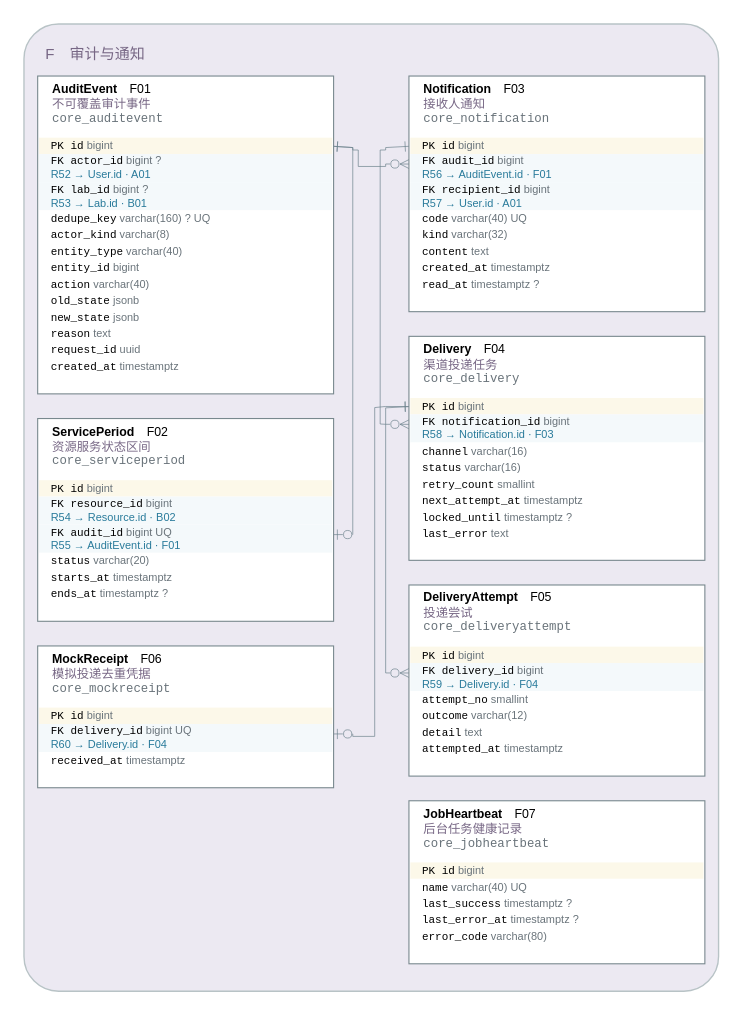
yvming67-gif/campus-lab-equipment-manager keeps this draw.io diagram as models/图形源文件/图D-7-审计与通知ERD.drawio. Above is the earlier version. Source tidied: cells renumbered, new cells numbered last; positions are measured from the earlier drawing's top-left corner, leaving out a move shared by most shapes. Both pictures are drawn from the tidied source at 137%, with x=0, y=0 at pixel (23, 23).
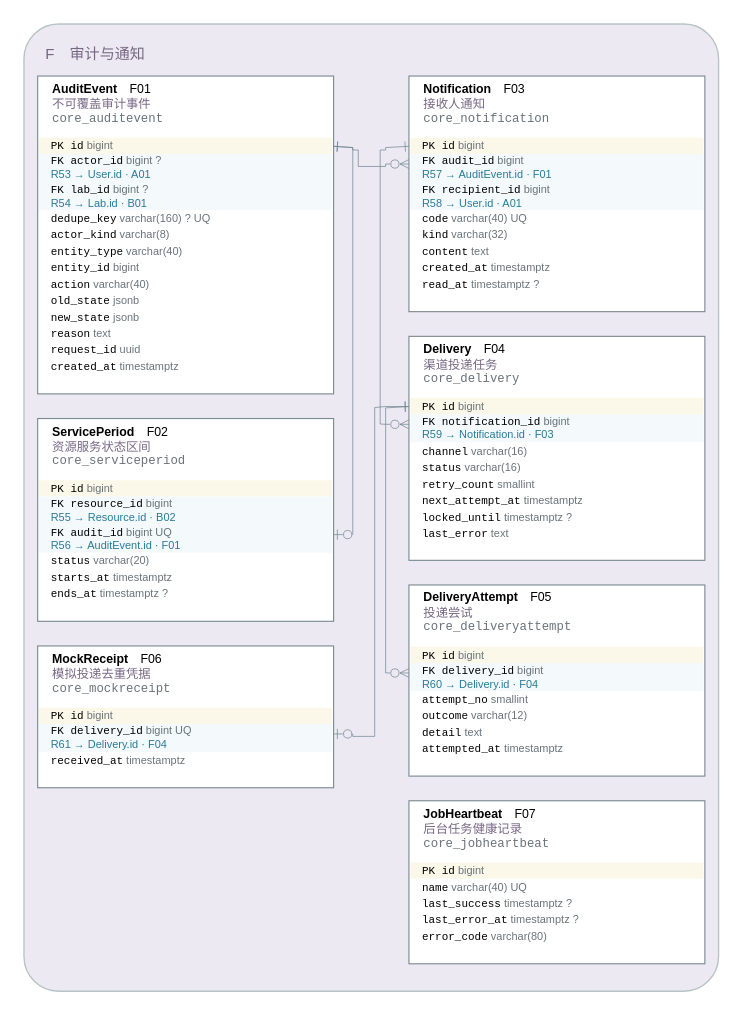
The same page after the edit.

The change refers to these unchanged cells:
```xml
<mxCell id="6" style="rounded=0;fillColor=#ffffff;strokeColor=#78888e;strokeWidth=0.8;" parent="3" vertex="1">
  <mxGeometry x="10" y="38" width="216" height="232" as="geometry" />
</mxCell>
<mxCell id="8" value="&lt;font face='Consolas'&gt;PK id&lt;/font&gt; &lt;font color='#69737a'&gt;bigint&lt;/font&gt;" style="text;html=1;whiteSpace=wrap;fillColor=#fcf8e9;strokeColor=none;align=left;verticalAlign=middle;spacingLeft=7;fontSize=8;fontFamily=Microsoft YaHei;" parent="6" vertex="1">
  <mxGeometry x="1" y="45" width="214" height="12" as="geometry" />
</mxCell>
<mxCell id="21" style="rounded=0;fillColor=#ffffff;strokeColor=#78888e;strokeWidth=0.8;" parent="3" vertex="1">
  <mxGeometry x="10" y="288" width="216" height="148" as="geometry" />
</mxCell>
<mxCell id="29" style="rounded=0;fillColor=#ffffff;strokeColor=#78888e;strokeWidth=0.8;" parent="3" vertex="1">
  <mxGeometry x="10" y="454" width="216" height="103.5" as="geometry" />
</mxCell>
<mxCell id="34" style="rounded=0;fillColor=#ffffff;strokeColor=#78888e;strokeWidth=0.8;" parent="3" vertex="1">
  <mxGeometry x="281" y="38" width="216" height="172" as="geometry" />
</mxCell>
<mxCell id="36" value="&lt;font face='Consolas'&gt;PK id&lt;/font&gt; &lt;font color='#69737a'&gt;bigint&lt;/font&gt;" style="text;html=1;whiteSpace=wrap;fillColor=#fcf8e9;strokeColor=none;align=left;verticalAlign=middle;spacingLeft=7;fontSize=8;fontFamily=Microsoft YaHei;" parent="34" vertex="1">
  <mxGeometry x="1" y="45" width="214" height="12" as="geometry" />
</mxCell>
<mxCell id="44" style="rounded=0;fillColor=#ffffff;strokeColor=#78888e;strokeWidth=0.8;" parent="3" vertex="1">
  <mxGeometry x="281" y="228" width="216" height="163.5" as="geometry" />
</mxCell>
<mxCell id="46" value="&lt;font face='Consolas'&gt;PK id&lt;/font&gt; &lt;font color='#69737a'&gt;bigint&lt;/font&gt;" style="text;html=1;whiteSpace=wrap;fillColor=#fcf8e9;strokeColor=none;align=left;verticalAlign=middle;spacingLeft=7;fontSize=8;fontFamily=Microsoft YaHei;" parent="44" vertex="1">
  <mxGeometry x="1" y="45" width="214" height="12" as="geometry" />
</mxCell>
<mxCell id="54" style="rounded=0;fillColor=#ffffff;strokeColor=#78888e;strokeWidth=0.8;" parent="3" vertex="1">
  <mxGeometry x="281" y="409.5" width="216" height="139.5" as="geometry" />
</mxCell>
```

Diff of the diagram source:
```diff
@@
-    <mxCell id="9" value="&lt;font face='Consolas'&gt;FK actor_id&lt;/font&gt; &lt;font color='#69737a'&gt;bigint ?&lt;/font&gt;&lt;br/&gt;&lt;font color='#287a9a'&gt;R52 → User.id · A01&lt;/font&gt;" style="text;html=1;whiteSpace=wrap;fillColor=#f4f9fb;strokeColor=none;align=left;verticalAlign=middle;spacingLeft=7;fontSize=8;fontFamily=Microsoft YaHei;" parent="6" vertex="1">
+    <mxCell id="9" value="&lt;font face='Consolas'&gt;FK actor_id&lt;/font&gt; &lt;font color='#69737a'&gt;bigint ?&lt;/font&gt;&lt;br/&gt;&lt;font color='#287a9a'&gt;R53 → User.id · A01&lt;/font&gt;" style="text;html=1;whiteSpace=wrap;fillColor=#f4f9fb;strokeColor=none;align=left;verticalAlign=middle;spacingLeft=7;fontSize=8;fontFamily=Microsoft YaHei;" parent="6" vertex="1">
       <mxGeometry x="1" y="57" width="214" height="20.5" as="geometry" />
     </mxCell>
-    <mxCell id="10" value="&lt;font face='Consolas'&gt;FK lab_id&lt;/font&gt; &lt;font color='#69737a'&gt;bigint ?&lt;/font&gt;&lt;br/&gt;&lt;font color='#287a9a'&gt;R53 → Lab.id · B01&lt;/font&gt;" style="text;html=1;whiteSpace=wrap;fillColor=#f4f9fb;strokeColor=none;align=left;verticalAlign=middle;spacingLeft=7;fontSize=8;fontFamily=Microsoft YaHei;" parent="6" vertex="1">
+    <mxCell id="10" value="&lt;font face='Consolas'&gt;FK lab_id&lt;/font&gt; &lt;font color='#69737a'&gt;bigint ?&lt;/font&gt;&lt;br/&gt;&lt;font color='#287a9a'&gt;R54 → Lab.id · B01&lt;/font&gt;" style="text;html=1;whiteSpace=wrap;fillColor=#f4f9fb;strokeColor=none;align=left;verticalAlign=middle;spacingLeft=7;fontSize=8;fontFamily=Microsoft YaHei;" parent="6" vertex="1">
       <mxGeometry x="1" y="77.5" width="214" height="20.5" as="geometry" />
     </mxCell>
@@
-    <mxCell id="24" value="&lt;font face='Consolas'&gt;FK resource_id&lt;/font&gt; &lt;font color='#69737a'&gt;bigint&lt;/font&gt;&lt;br/&gt;&lt;font color='#287a9a'&gt;R54 → Resource.id · B02&lt;/font&gt;" style="text;html=1;whiteSpace=wrap;fillColor=#f4f9fb;strokeColor=none;align=left;verticalAlign=middle;spacingLeft=7;fontSize=8;fontFamily=Microsoft YaHei;" parent="21" vertex="1">
+    <mxCell id="24" value="&lt;font face='Consolas'&gt;FK resource_id&lt;/font&gt; &lt;font color='#69737a'&gt;bigint&lt;/font&gt;&lt;br/&gt;&lt;font color='#287a9a'&gt;R55 → Resource.id · B02&lt;/font&gt;" style="text;html=1;whiteSpace=wrap;fillColor=#f4f9fb;strokeColor=none;align=left;verticalAlign=middle;spacingLeft=7;fontSize=8;fontFamily=Microsoft YaHei;" parent="21" vertex="1">
       <mxGeometry x="1" y="57" width="214" height="20.5" as="geometry" />
     </mxCell>
-    <mxCell id="25" value="&lt;font face='Consolas'&gt;FK audit_id&lt;/font&gt; &lt;font color='#69737a'&gt;bigint UQ&lt;/font&gt;&lt;br/&gt;&lt;font color='#287a9a'&gt;R55 → AuditEvent.id · F01&lt;/font&gt;" style="text;html=1;whiteSpace=wrap;fillColor=#f4f9fb;strokeColor=none;align=left;verticalAlign=middle;spacingLeft=7;fontSize=8;fontFamily=Microsoft YaHei;" parent="21" vertex="1">
+    <mxCell id="25" value="&lt;font face='Consolas'&gt;FK audit_id&lt;/font&gt; &lt;font color='#69737a'&gt;bigint UQ&lt;/font&gt;&lt;br/&gt;&lt;font color='#287a9a'&gt;R56 → AuditEvent.id · F01&lt;/font&gt;" style="text;html=1;whiteSpace=wrap;fillColor=#f4f9fb;strokeColor=none;align=left;verticalAlign=middle;spacingLeft=7;fontSize=8;fontFamily=Microsoft YaHei;" parent="21" vertex="1">
       <mxGeometry x="1" y="77.5" width="214" height="20.5" as="geometry" />
     </mxCell>
@@
-    <mxCell id="32" value="&lt;font face='Consolas'&gt;FK delivery_id&lt;/font&gt; &lt;font color='#69737a'&gt;bigint UQ&lt;/font&gt;&lt;br/&gt;&lt;font color='#287a9a'&gt;R60 → Delivery.id · F04&lt;/font&gt;" style="text;html=1;whiteSpace=wrap;fillColor=#f4f9fb;strokeColor=none;align=left;verticalAlign=middle;spacingLeft=7;fontSize=8;fontFamily=Microsoft YaHei;" parent="29" vertex="1">
+    <mxCell id="32" value="&lt;font face='Consolas'&gt;FK delivery_id&lt;/font&gt; &lt;font color='#69737a'&gt;bigint UQ&lt;/font&gt;&lt;br/&gt;&lt;font color='#287a9a'&gt;R61 → Delivery.id · F04&lt;/font&gt;" style="text;html=1;whiteSpace=wrap;fillColor=#f4f9fb;strokeColor=none;align=left;verticalAlign=middle;spacingLeft=7;fontSize=8;fontFamily=Microsoft YaHei;" parent="29" vertex="1">
       <mxGeometry x="1" y="57" width="214" height="20.5" as="geometry" />
     </mxCell>
@@
-    <mxCell id="37" value="&lt;font face='Consolas'&gt;FK audit_id&lt;/font&gt; &lt;font color='#69737a'&gt;bigint&lt;/font&gt;&lt;br/&gt;&lt;font color='#287a9a'&gt;R56 → AuditEvent.id · F01&lt;/font&gt;" style="text;html=1;whiteSpace=wrap;fillColor=#f4f9fb;strokeColor=none;align=left;verticalAlign=middle;spacingLeft=7;fontSize=8;fontFamily=Microsoft YaHei;" parent="34" vertex="1">
+    <mxCell id="37" value="&lt;font face='Consolas'&gt;FK audit_id&lt;/font&gt; &lt;font color='#69737a'&gt;bigint&lt;/font&gt;&lt;br/&gt;&lt;font color='#287a9a'&gt;R57 → AuditEvent.id · F01&lt;/font&gt;" style="text;html=1;whiteSpace=wrap;fillColor=#f4f9fb;strokeColor=none;align=left;verticalAlign=middle;spacingLeft=7;fontSize=8;fontFamily=Microsoft YaHei;" parent="34" vertex="1">
       <mxGeometry x="1" y="57" width="214" height="20.5" as="geometry" />
     </mxCell>
-    <mxCell id="38" value="&lt;font face='Consolas'&gt;FK recipient_id&lt;/font&gt; &lt;font color='#69737a'&gt;bigint&lt;/font&gt;&lt;br/&gt;&lt;font color='#287a9a'&gt;R57 → User.id · A01&lt;/font&gt;" style="text;html=1;whiteSpace=wrap;fillColor=#f4f9fb;strokeColor=none;align=left;verticalAlign=middle;spacingLeft=7;fontSize=8;fontFamily=Microsoft YaHei;" parent="34" vertex="1">
+    <mxCell id="38" value="&lt;font face='Consolas'&gt;FK recipient_id&lt;/font&gt; &lt;font color='#69737a'&gt;bigint&lt;/font&gt;&lt;br/&gt;&lt;font color='#287a9a'&gt;R58 → User.id · A01&lt;/font&gt;" style="text;html=1;whiteSpace=wrap;fillColor=#f4f9fb;strokeColor=none;align=left;verticalAlign=middle;spacingLeft=7;fontSize=8;fontFamily=Microsoft YaHei;" parent="34" vertex="1">
       <mxGeometry x="1" y="77.5" width="214" height="20.5" as="geometry" />
     </mxCell>
@@
-    <mxCell id="47" value="&lt;font face='Consolas'&gt;FK notification_id&lt;/font&gt; &lt;font color='#69737a'&gt;bigint&lt;/font&gt;&lt;br/&gt;&lt;font color='#287a9a'&gt;R58 → Notification.id · F03&lt;/font&gt;" style="text;html=1;whiteSpace=wrap;fillColor=#f4f9fb;strokeColor=none;align=left;verticalAlign=middle;spacingLeft=7;fontSize=8;fontFamily=Microsoft YaHei;" parent="44" vertex="1">
+    <mxCell id="47" value="&lt;font face='Consolas'&gt;FK notification_id&lt;/font&gt; &lt;font color='#69737a'&gt;bigint&lt;/font&gt;&lt;br/&gt;&lt;font color='#287a9a'&gt;R59 → Notification.id · F03&lt;/font&gt;" style="text;html=1;whiteSpace=wrap;fillColor=#f4f9fb;strokeColor=none;align=left;verticalAlign=middle;spacingLeft=7;fontSize=8;fontFamily=Microsoft YaHei;" parent="44" vertex="1">
       <mxGeometry x="1" y="57" width="214" height="20.5" as="geometry" />
     </mxCell>
@@
-    <mxCell id="57" value="&lt;font face='Consolas'&gt;FK delivery_id&lt;/font&gt; &lt;font color='#69737a'&gt;bigint&lt;/font&gt;&lt;br/&gt;&lt;font color='#287a9a'&gt;R59 → Delivery.id · F04&lt;/font&gt;" style="text;html=1;whiteSpace=wrap;fillColor=#f4f9fb;strokeColor=none;align=left;verticalAlign=middle;spacingLeft=7;fontSize=8;fontFamily=Microsoft YaHei;" parent="54" vertex="1">
+    <mxCell id="57" value="&lt;font face='Consolas'&gt;FK delivery_id&lt;/font&gt; &lt;font color='#69737a'&gt;bigint&lt;/font&gt;&lt;br/&gt;&lt;font color='#287a9a'&gt;R60 → Delivery.id · F04&lt;/font&gt;" style="text;html=1;whiteSpace=wrap;fillColor=#f4f9fb;strokeColor=none;align=left;verticalAlign=middle;spacingLeft=7;fontSize=8;fontFamily=Microsoft YaHei;" parent="54" vertex="1">
       <mxGeometry x="1" y="57" width="214" height="20.5" as="geometry" />
     </mxCell>
@@
+    <mxCell id="73" style="edgeStyle=orthogonalEdgeStyle;rounded=0;html=1;strokeWidth=0.5;strokeColor=#6b818c;startArrow=ERzeroToMany;endArrow=ERone;startFill=0;endFill=0;exitX=0;exitY=0.3531707317073171;exitDx=0;exitDy=0;entryX=0;entryY=0.52;entryDx=0;entryDy=0;dashed=0;" parent="2" edge="1" source="57" target="46">
+      <mxGeometry relative="1" as="geometry">
+        <Array as="points">
+          <mxPoint x="264" y="473.7" />
+          <mxPoint x="264" y="280.2" />
+        </Array>
+      </mxGeometry>
+    </mxCell>
-    <mxCell id="69" style="edgeStyle=orthogonalEdgeStyle;rounded=0;html=1;strokeWidth=0.5;strokeColor=#6b818c;startArrow=ERzeroToMany;endArrow=ERone;startFill=0;endFill=0;exitX=0;exitY=0.3531707317073171;exitDx=0;exitDy=0;entryX=0;entryY=0.52;entryDx=0;entryDy=0;dashed=0;" parent="2" edge="1" source="57" target="46">
+    <mxCell id="69" style="edgeStyle=orthogonalEdgeStyle;rounded=0;html=1;strokeWidth=0.5;strokeColor=#6b818c;startArrow=ERzeroToMany;endArrow=ERone;startFill=0;endFill=0;exitX=0;exitY=0.3531707317073171;exitDx=0;exitDy=0;entryX=0;entryY=0.52;entryDx=0;entryDy=0;dashed=0;" parent="2" edge="1" source="47" target="36">
       <mxGeometry relative="1" as="geometry">
         <Array as="points">
-          <mxPoint x="264" y="473.7" />
-          <mxPoint x="264" y="280.2" />
+          <mxPoint x="264" y="292.2" />
+          <mxPoint x="264" y="292" />
+          <mxPoint x="260" y="292" />
+          <mxPoint x="260" y="92" />
+          <mxPoint x="264" y="92" />
+          <mxPoint x="264" y="90.2" />
         </Array>
       </mxGeometry>
     </mxCell>
-    <mxCell id="70" style="edgeStyle=orthogonalEdgeStyle;rounded=0;html=1;strokeWidth=0.5;strokeColor=#6b818c;startArrow=ERzeroToMany;endArrow=ERone;startFill=0;endFill=0;exitX=0;exitY=0.3531707317073171;exitDx=0;exitDy=0;entryX=0;entryY=0.52;entryDx=0;entryDy=0;dashed=0;" parent="2" edge="1" source="47" target="36">
-      <mxGeometry relative="1" as="geometry">
-        <Array as="points">
-          <mxPoint x="264" y="292.2" />
-          <mxPoint x="264" y="292" />
-          <mxPoint x="260" y="292" />
-          <mxPoint x="260" y="92" />
-          <mxPoint x="264" y="92" />
-          <mxPoint x="264" y="90.2" />
-        </Array>
-      </mxGeometry>
-    </mxCell>
-    <mxCell id="71" style="edgeStyle=orthogonalEdgeStyle;rounded=0;html=1;strokeWidth=0.5;strokeColor=#6b818c;startArrow=ERzeroToOne;endArrow=ERone;startFill=0;endFill=0;exitX=1;exitY=0.3531707317073171;exitDx=0;exitDy=0;entryX=1;entryY=0.52;entryDx=0;entryDy=0;dashed=0;" parent="2" edge="1" source="25" target="8">
-      <mxGeometry relative="1" as="geometry">
-        <Array as="points">
-          <mxPoint x="240" y="372.7" />
-          <mxPoint x="240" y="90.2" />
-        </Array>
-      </mxGeometry>
-    </mxCell>
-    <mxCell id="72" style="edgeStyle=orthogonalEdgeStyle;rounded=0;html=1;strokeWidth=0.5;strokeColor=#6b818c;startArrow=ERzeroToMany;endArrow=ERone;startFill=0;endFill=0;exitX=0;exitY=0.3531707317073171;exitDx=0;exitDy=0;entryX=1;entryY=0.52;entryDx=0;entryDy=0;dashed=0;" parent="2" edge="1" source="37" target="8">
+    <mxCell id="72" style="edgeStyle=orthogonalEdgeStyle;rounded=0;html=1;strokeWidth=0.5;strokeColor=#6b818c;startArrow=ERzeroToOne;endArrow=ERone;startFill=0;endFill=0;exitX=1;exitY=0.3531707317073171;exitDx=0;exitDy=0;entryX=1;entryY=0.52;entryDx=0;entryDy=0;dashed=0;" parent="2" edge="1" source="25" target="8">
       <mxGeometry relative="1" as="geometry">
         <Array as="points">
-          <mxPoint x="264" y="102.2" />
-          <mxPoint x="264" y="104" />
-          <mxPoint x="244" y="104" />
-          <mxPoint x="244" y="92" />
-          <mxPoint x="240" y="92" />
+          <mxPoint x="240" y="372.7" />
           <mxPoint x="240" y="90.2" />
         </Array>
       </mxGeometry>
     </mxCell>
-    <mxCell id="73" style="edgeStyle=orthogonalEdgeStyle;rounded=0;html=1;strokeWidth=0.5;strokeColor=#6b818c;startArrow=ERzeroToOne;endArrow=ERone;startFill=0;endFill=0;exitX=1;exitY=0.3531707317073171;exitDx=0;exitDy=0;entryX=0;entryY=0.52;entryDx=0;entryDy=0;dashed=0;" parent="2" edge="1" source="32" target="46">
-      <mxGeometry relative="1" as="geometry">
-        <Array as="points">
-          <mxPoint x="240" y="518.2" />
-          <mxPoint x="240" y="520" />
-          <mxPoint x="256" y="520" />
-          <mxPoint x="256" y="280" />
-          <mxPoint x="264" y="280" />
-          <mxPoint x="264" y="280.2" />
-        </Array>
-      </mxGeometry>
-    </mxCell>
+    <mxCell id="74" style="edgeStyle=orthogonalEdgeStyle;rounded=0;html=1;strokeWidth=0.5;strokeColor=#6b818c;startArrow=ERzeroToMany;endArrow=ERone;startFill=0;endFill=0;exitX=0;exitY=0.3531707317073171;exitDx=0;exitDy=0;entryX=1;entryY=0.52;entryDx=0;entryDy=0;dashed=0;" parent="2" edge="1" source="37" target="8">
+      <mxGeometry relative="1" as="geometry">
+        <Array as="points">
+          <mxPoint x="264" y="102.2" />
+          <mxPoint x="264" y="104" />
+          <mxPoint x="244" y="104" />
+          <mxPoint x="244" y="92" />
+          <mxPoint x="240" y="92" />
+          <mxPoint x="240" y="90.2" />
+        </Array>
+      </mxGeometry>
+    </mxCell>
+    <mxCell id="75" style="edgeStyle=orthogonalEdgeStyle;rounded=0;html=1;strokeWidth=0.5;strokeColor=#6b818c;startArrow=ERzeroToOne;endArrow=ERone;startFill=0;endFill=0;exitX=1;exitY=0.3531707317073171;exitDx=0;exitDy=0;entryX=0;entryY=0.52;entryDx=0;entryDy=0;dashed=0;" parent="2" edge="1" source="32" target="46">
+      <mxGeometry relative="1" as="geometry">
+        <Array as="points">
+          <mxPoint x="240" y="518.2" />
+          <mxPoint x="240" y="520" />
+          <mxPoint x="256" y="520" />
+          <mxPoint x="256" y="280" />
+          <mxPoint x="264" y="280" />
+          <mxPoint x="264" y="280.2" />
+        </Array>
+      </mxGeometry>
+    </mxCell>
```
